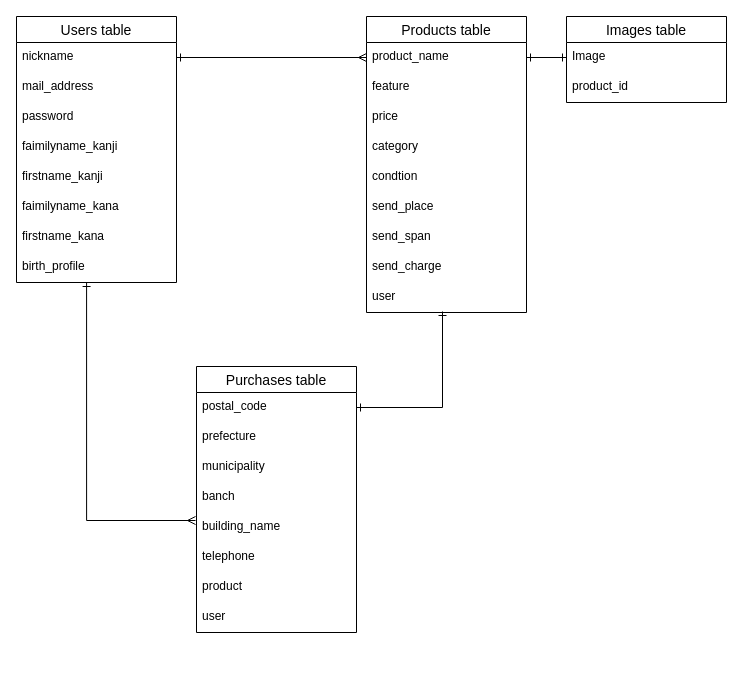
The draw.io diagram draw.dio in K-Hir-pk18/furima-30316, before the edit. Source tidied: cells renumbered, new cells numbered last; positions are measured from the earlier drawing's top-left corner, leaving out a move shared by most shapes. Both pictures are drawn from the tidied source at 100%, with x=0, y=0 at pixel (16, 16).
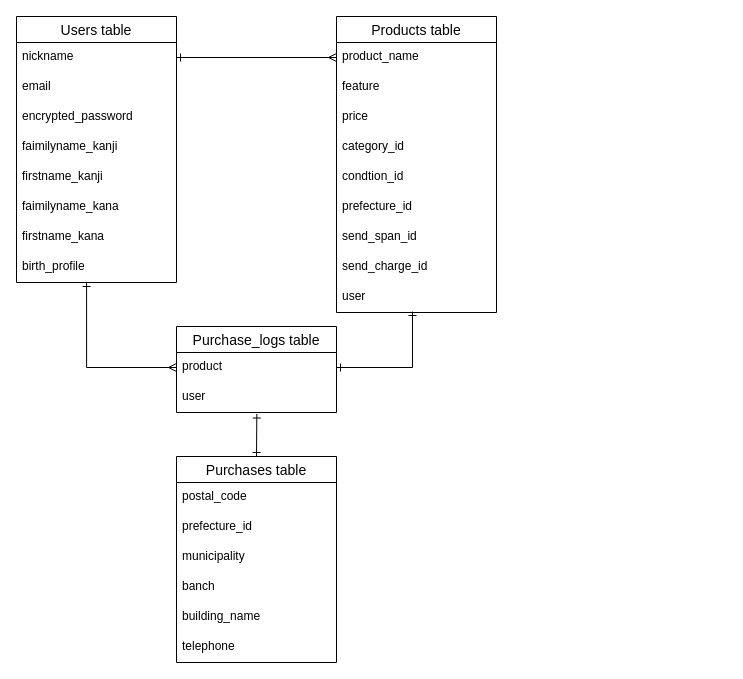
The same diagram, later.

Commit message (it also covers changes not shown here):
database_design4

##what
以下の修正

　・nickname option のunieque削除
　・has_one_attached　→　has_one
　・belongs_toとhas_oneの　単数化
　・purchase_logsテーブルの設定

##why
コードレビューの対応

Unchanged cells that the change refers to:
```xml
<mxCell id="2" value="Users table" style="swimlane;fontStyle=0;horizontal=1;startSize=26;align=center;fontSize=14;" parent="1" vertex="1">
  <mxGeometry width="160" height="266" as="geometry" />
</mxCell>
<mxCell id="3" value="nickname" style="text;strokeColor=none;fillColor=none;spacingLeft=4;spacingRight=4;overflow=hidden;points=[[0,0.5],[1,0.5]];portConstraint=eastwest;fontSize=12;" parent="2" vertex="1">
  <mxGeometry y="26" width="160" height="30" as="geometry" />
</mxCell>
<mxCell id="10" value="birth_profile" style="text;strokeColor=none;fillColor=none;spacingLeft=4;spacingRight=4;overflow=hidden;points=[[0,0.5],[1,0.5]];portConstraint=eastwest;fontSize=12;" parent="2" vertex="1">
  <mxGeometry y="236" width="160" height="30" as="geometry" />
</mxCell>
<mxCell id="12" value="product_name" style="text;strokeColor=none;fillColor=none;spacingLeft=4;spacingRight=4;overflow=hidden;points=[[0,0.5],[1,0.5]];portConstraint=eastwest;fontSize=12;" parent="11" vertex="1">
  <mxGeometry y="26" width="160" height="30" as="geometry" />
</mxCell>
<mxCell id="20" value="user" style="text;strokeColor=none;fillColor=none;spacingLeft=4;spacingRight=4;overflow=hidden;points=[[0,0.5],[1,0.5]];portConstraint=eastwest;fontSize=12;" parent="11" vertex="1">
  <mxGeometry y="266" width="160" height="30" as="geometry" />
</mxCell>
<mxCell id="22" value="postal_code" style="text;strokeColor=none;fillColor=none;spacingLeft=4;spacingRight=4;overflow=hidden;points=[[0,0.5],[1,0.5]];portConstraint=eastwest;fontSize=12;" parent="21" vertex="1">
  <mxGeometry y="26" width="160" height="30" as="geometry" />
</mxCell>
<mxCell id="26" value="building_name" style="text;strokeColor=none;fillColor=none;spacingLeft=4;spacingRight=4;overflow=hidden;points=[[0,0.5],[1,0.5]];portConstraint=eastwest;fontSize=12;" parent="21" vertex="1">
  <mxGeometry y="146" width="160" height="30" as="geometry" />
</mxCell>
```

Diff of the diagram source:
```diff
@@
-    <mxCell id="4" value="mail_address" style="text;strokeColor=none;fillColor=none;spacingLeft=4;spacingRight=4;overflow=hidden;fontSize=12;" parent="2" vertex="1">
+    <mxCell id="4" value="email" style="text;strokeColor=none;fillColor=none;spacingLeft=4;spacingRight=4;overflow=hidden;fontSize=12;" parent="2" vertex="1">
       <mxGeometry y="56" width="160" height="30" as="geometry" />
     </mxCell>
-    <mxCell id="5" value="password" style="text;strokeColor=none;fillColor=none;spacingLeft=4;spacingRight=4;overflow=hidden;fontSize=12;" parent="2" vertex="1">
+    <mxCell id="5" value="encrypted_password" style="text;strokeColor=none;fillColor=none;spacingLeft=4;spacingRight=4;overflow=hidden;fontSize=12;" parent="2" vertex="1">
       <mxGeometry y="86" width="160" height="30" as="geometry" />
     </mxCell>
@@
     <mxCell id="11" value="Products table" style="swimlane;fontStyle=0;horizontal=1;startSize=26;align=center;fontSize=14;" parent="1" vertex="1">
-      <mxGeometry x="350" width="160" height="296" as="geometry" />
+      <mxGeometry x="320" width="160" height="296" as="geometry" />
     </mxCell>
@@
-    <mxCell id="15" value="category" style="text;strokeColor=none;fillColor=none;spacingLeft=4;spacingRight=4;overflow=hidden;fontSize=12;" parent="11" vertex="1">
+    <mxCell id="15" value="category_id" style="text;strokeColor=none;fillColor=none;spacingLeft=4;spacingRight=4;overflow=hidden;fontSize=12;" parent="11" vertex="1">
       <mxGeometry y="116" width="160" height="30" as="geometry" />
     </mxCell>
-    <mxCell id="16" value="condtion" style="text;strokeColor=none;fillColor=none;spacingLeft=4;spacingRight=4;overflow=hidden;fontSize=12;" parent="11" vertex="1">
+    <mxCell id="16" value="condtion_id" style="text;strokeColor=none;fillColor=none;spacingLeft=4;spacingRight=4;overflow=hidden;fontSize=12;" parent="11" vertex="1">
       <mxGeometry y="146" width="160" height="30" as="geometry" />
     </mxCell>
-    <mxCell id="17" value="send_place" style="text;strokeColor=none;fillColor=none;spacingLeft=4;spacingRight=4;overflow=hidden;fontSize=12;" parent="11" vertex="1">
+    <mxCell id="17" value="prefecture_id" style="text;strokeColor=none;fillColor=none;spacingLeft=4;spacingRight=4;overflow=hidden;fontSize=12;" parent="11" vertex="1">
       <mxGeometry y="176" width="160" height="30" as="geometry" />
     </mxCell>
-    <mxCell id="18" value="send_span" style="text;strokeColor=none;fillColor=none;spacingLeft=4;spacingRight=4;overflow=hidden;fontSize=12;" parent="11" vertex="1">
+    <mxCell id="18" value="send_span_id" style="text;strokeColor=none;fillColor=none;spacingLeft=4;spacingRight=4;overflow=hidden;fontSize=12;" parent="11" vertex="1">
       <mxGeometry y="206" width="160" height="30" as="geometry" />
     </mxCell>
-    <mxCell id="19" value="send_charge" style="text;strokeColor=none;fillColor=none;spacingLeft=4;spacingRight=4;overflow=hidden;fontSize=12;" parent="11" vertex="1">
+    <mxCell id="19" value="send_charge_id" style="text;strokeColor=none;fillColor=none;spacingLeft=4;spacingRight=4;overflow=hidden;fontSize=12;" parent="11" vertex="1">
       <mxGeometry y="236" width="160" height="30" as="geometry" />
     </mxCell>
@@
     <mxCell id="21" value="Purchases table" style="swimlane;fontStyle=0;horizontal=1;startSize=26;align=center;fontSize=14;" parent="1" vertex="1">
-      <mxGeometry x="180" y="350" width="160" height="266" as="geometry" />
+      <mxGeometry x="160" y="440" width="160" height="206" as="geometry" />
     </mxCell>
@@
-    <mxCell id="23" value="prefecture" style="text;strokeColor=none;fillColor=none;spacingLeft=4;spacingRight=4;overflow=hidden;fontSize=12;" parent="21" vertex="1">
+    <mxCell id="23" value="prefecture_id" style="text;strokeColor=none;fillColor=none;spacingLeft=4;spacingRight=4;overflow=hidden;fontSize=12;" parent="21" vertex="1">
       <mxGeometry y="56" width="160" height="30" as="geometry" />
     </mxCell>
@@
+    <mxCell id="30" style="edgeStyle=orthogonalEdgeStyle;rounded=0;jettySize=auto;html=1;exitX=1;exitY=0.5;exitDx=0;exitDy=0;entryX=0;entryY=0.5;entryDx=0;entryDy=0;endArrow=ERmany;endFill=0;startArrow=ERone;startFill=0;" parent="1" edge="1" source="3" target="12">
+      <mxGeometry relative="1" as="geometry" />
+    </mxCell>
+    <mxCell id="31" style="edgeStyle=orthogonalEdgeStyle;rounded=0;jettySize=auto;html=1;startArrow=ERone;startFill=0;endArrow=ERone;endFill=0;entryX=0.475;entryY=0.967;entryDx=0;entryDy=0;entryPerimeter=0;exitX=1;exitY=0.5;exitDx=0;exitDy=0;" parent="1" edge="1" source="28" target="20">
+      <mxGeometry relative="1" as="geometry" />
+    </mxCell>
+    <mxCell id="35" style="edgeStyle=orthogonalEdgeStyle;rounded=0;jettySize=auto;html=1;endArrow=ERmany;endFill=0;startArrow=ERone;startFill=0;exitX=0.438;exitY=1;exitDx=0;exitDy=0;exitPerimeter=0;entryX=0;entryY=0.5;entryDx=0;entryDy=0;" parent="1" edge="1" source="10" target="28">
+      <mxGeometry relative="1" as="geometry">
+        <Array as="points">
+          <mxPoint x="70" y="351" />
+        </Array>
+      </mxGeometry>
+    </mxCell>
+    <mxCell id="37" value="Purchase_logs table" style="swimlane;fontStyle=0;horizontal=1;startSize=26;align=center;fontSize=14;" parent="1" vertex="1">
+      <mxGeometry x="160" y="310" width="160" height="86" as="geometry" />
+    </mxCell>
-    <mxCell id="28" value="product" style="text;strokeColor=none;fillColor=none;spacingLeft=4;spacingRight=4;overflow=hidden;points=[[0,0.5],[1,0.5]];portConstraint=eastwest;fontSize=12;" parent="21" vertex="1">
-      <mxGeometry y="206" width="160" height="30" as="geometry" />
+    <mxCell id="28" value="product" style="text;strokeColor=none;fillColor=none;spacingLeft=4;spacingRight=4;overflow=hidden;points=[[0,0.5],[1,0.5]];portConstraint=eastwest;fontSize=12;" parent="37" vertex="1">
+      <mxGeometry y="26" width="160" height="30" as="geometry" />
     </mxCell>
-    <mxCell id="29" value="user" style="text;strokeColor=none;fillColor=none;spacingLeft=4;spacingRight=4;overflow=hidden;points=[[0,0.5],[1,0.5]];portConstraint=eastwest;fontSize=12;" parent="21" vertex="1">
-      <mxGeometry y="236" width="160" height="30" as="geometry" />
+    <mxCell id="29" value="user" style="text;strokeColor=none;fillColor=none;spacingLeft=4;spacingRight=4;overflow=hidden;points=[[0,0.5],[1,0.5]];portConstraint=eastwest;fontSize=12;" parent="37" vertex="1">
+      <mxGeometry y="56" width="160" height="30" as="geometry" />
     </mxCell>
-    <mxCell id="30" style="edgeStyle=orthogonalEdgeStyle;rounded=0;jettySize=auto;html=1;exitX=1;exitY=0.5;exitDx=0;exitDy=0;entryX=0;entryY=0.5;entryDx=0;entryDy=0;endArrow=ERmany;endFill=0;startArrow=ERone;startFill=0;" parent="1" edge="1" source="3" target="12">
-      <mxGeometry relative="1" as="geometry" />
-    </mxCell>
-    <mxCell id="31" style="edgeStyle=orthogonalEdgeStyle;rounded=0;jettySize=auto;html=1;exitX=1;exitY=0.5;exitDx=0;exitDy=0;startArrow=ERone;startFill=0;endArrow=ERone;endFill=0;entryX=0.475;entryY=0.967;entryDx=0;entryDy=0;entryPerimeter=0;" parent="1" edge="1" source="22" target="20">
-      <mxGeometry relative="1" as="geometry" />
-    </mxCell>
-    <mxCell id="32" value="Images table" style="swimlane;fontStyle=0;horizontal=1;startSize=26;align=center;fontSize=14;" parent="1" vertex="1">
-      <mxGeometry x="550" width="160" height="86" as="geometry" />
-    </mxCell>
-    <mxCell id="33" value="Image" style="text;strokeColor=none;fillColor=none;spacingLeft=4;spacingRight=4;overflow=hidden;points=[[0,0.5],[1,0.5]];portConstraint=eastwest;fontSize=12;" parent="32" vertex="1">
-      <mxGeometry y="26" width="160" height="30" as="geometry" />
-    </mxCell>
-    <mxCell id="34" value="product_id" style="text;strokeColor=none;fillColor=none;spacingLeft=4;spacingRight=4;overflow=hidden;fontSize=12;" parent="32" vertex="1">
-      <mxGeometry y="56" width="160" height="30" as="geometry" />
-    </mxCell>
-    <mxCell id="35" style="edgeStyle=orthogonalEdgeStyle;rounded=0;jettySize=auto;html=1;entryX=-0.006;entryY=0.267;entryDx=0;entryDy=0;endArrow=ERmany;endFill=0;startArrow=ERone;startFill=0;entryPerimeter=0;exitX=0.438;exitY=1;exitDx=0;exitDy=0;exitPerimeter=0;" parent="1" edge="1" source="10" target="26">
-      <mxGeometry relative="1" as="geometry">
-        <Array as="points">
-          <mxPoint x="70" y="504" />
-        </Array>
-      </mxGeometry>
-    </mxCell>
-    <mxCell id="36" style="edgeStyle=orthogonalEdgeStyle;rounded=0;jettySize=auto;html=1;exitX=1;exitY=0.5;exitDx=0;exitDy=0;entryX=0;entryY=0.5;entryDx=0;entryDy=0;startArrow=ERone;startFill=0;endArrow=ERone;endFill=0;" parent="1" edge="1" source="12" target="33">
-      <mxGeometry relative="1" as="geometry" />
-    </mxCell>
+    <mxCell id="38" style="edgeStyle=orthogonalEdgeStyle;rounded=0;jettySize=auto;html=1;startArrow=ERone;startFill=0;endArrow=ERone;endFill=0;exitX=0.502;exitY=1.05;exitDx=0;exitDy=0;exitPerimeter=0;" parent="1" edge="1" source="29">
+      <mxGeometry relative="1" as="geometry">
+        <mxPoint x="240" y="440" as="targetPoint" />
+        <Array as="points">
+          <mxPoint x="240" y="401" />
+        </Array>
+      </mxGeometry>
+    </mxCell>
```
